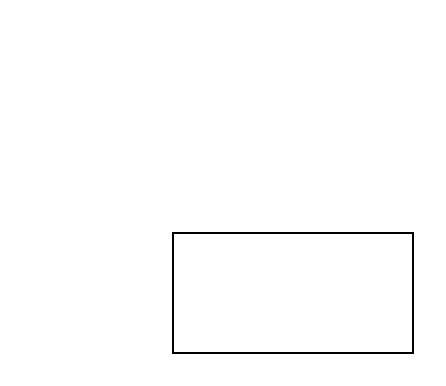
Before: 제목 없는 다이어그램.drawio in nhnacademy-aiot1-5/docs, a draw.io diagram. Source tidied: cells renumbered, new cells numbered last; positions are measured from the earlier drawing's top-left corner, leaving out a move shared by most shapes. Both pictures are drawn from the tidied source at 200%, with x=0, y=0 at pixel (172, 232).
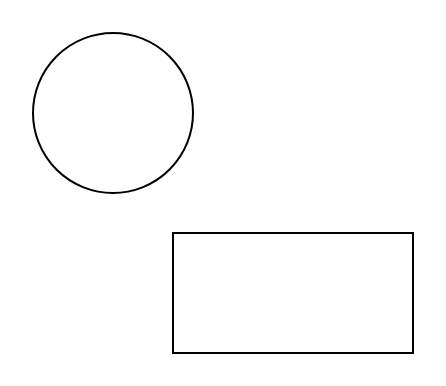
The same diagram, later.

Commit message (it also covers changes not shown here):
제목 없는 다이어그램.drawio 업데이트

Change to the diagram source:
```diff
@@
 <mxGraphModel>
   <root>
     <mxCell id="0" />
     <mxCell id="1" parent="0" />
     <mxCell id="2" style="rounded=0;whiteSpace=wrap;html=1;" parent="1" vertex="1">
       <mxGeometry width="120" height="60" as="geometry" />
     </mxCell>
+    <mxCell id="3" style="ellipse;whiteSpace=wrap;html=1;" parent="1" vertex="1">
+      <mxGeometry x="-70" y="-100" width="80" height="80" as="geometry" />
+    </mxCell>
   </root>
 </mxGraphModel>
```
